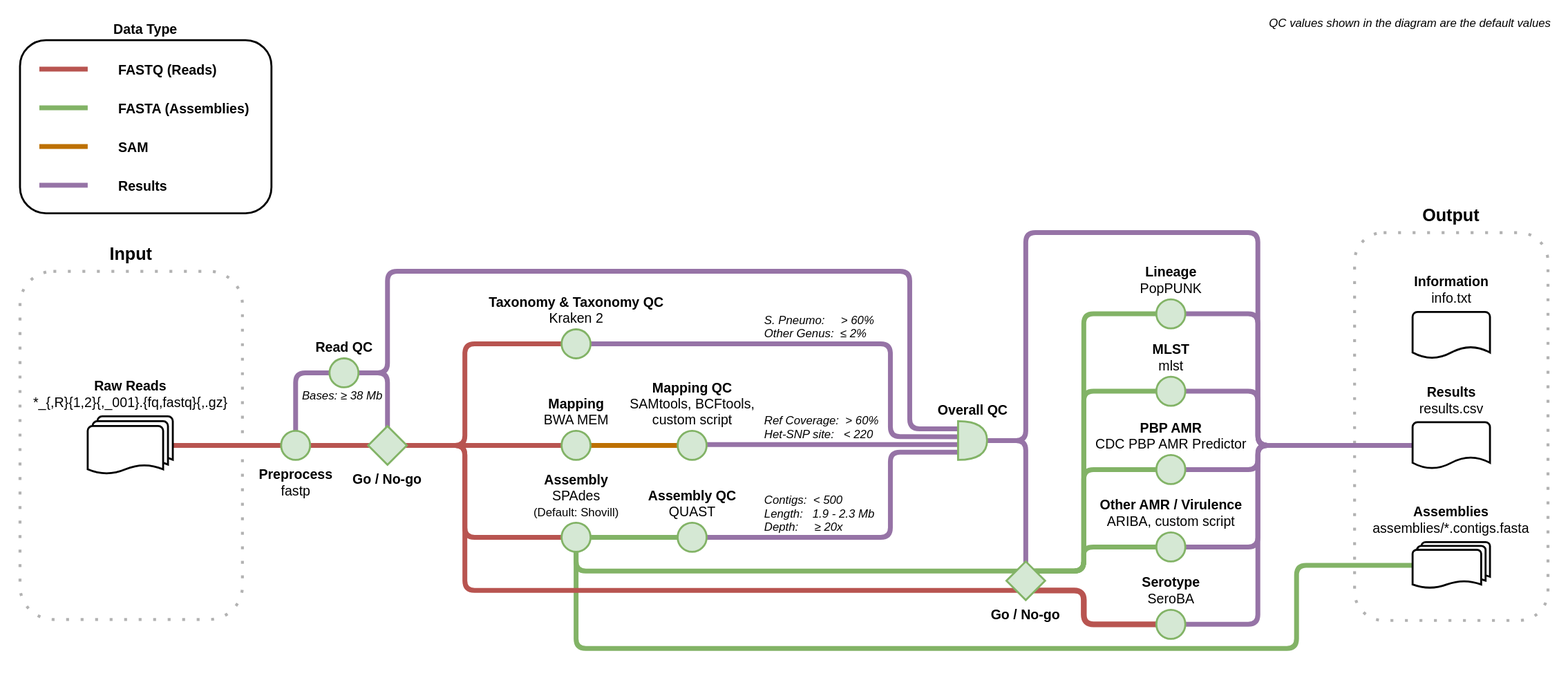
Earlier version of the draw.io export doc/workflow.drawio.svg (sanger-bentley-group/gps-pipeline). Source tidied: cells renumbered, new cells last; positions are measured from the earlier drawing's top-left corner, leaving out a move shared by most shapes.
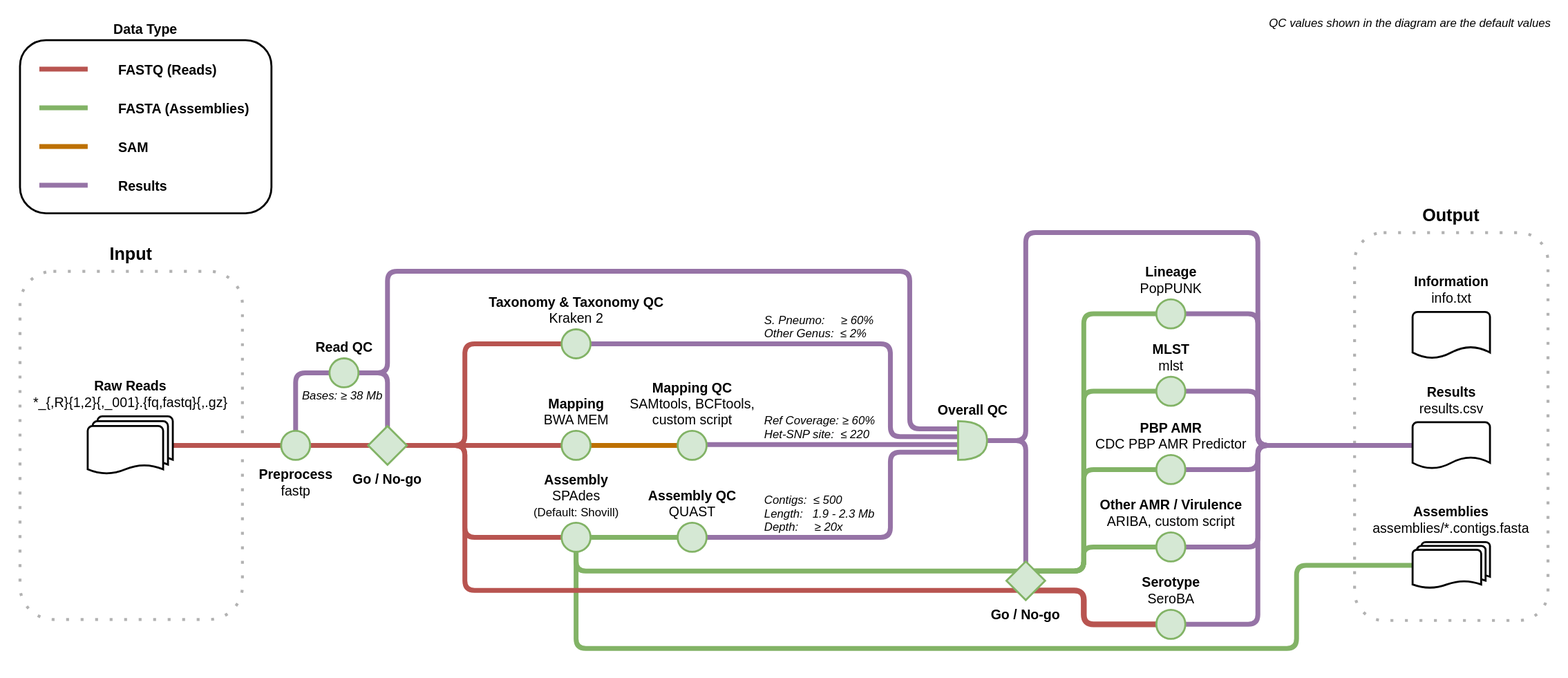
The same file after the commit.

Commit message:
Reflect changes in relational operators

Change to the diagram source:
```diff
@@ -65,7 +65,7 @@
         </Array>
       </mxGeometry>
     </mxCell>
-    <mxCell id="16" value="S. Pneumo:     &gt; 60%&#10;Other Genus:  ≤ 2%" style="edgeLabel;align=left;verticalAlign=top;labelBackgroundColor=none;rounded=1;fontSize=12;fontStyle=2;" parent="15" vertex="1">
+    <mxCell id="16" value="S. Pneumo:     ≥ 60%&#10;Other Genus:  ≤ 2%" style="edgeLabel;align=left;verticalAlign=top;labelBackgroundColor=none;rounded=1;fontSize=12;fontStyle=2;" parent="15" vertex="1">
       <mxGeometry x="-0.06" y="-2" relative="1" as="geometry">
         <mxPoint x="-45" y="-40" as="offset" />
       </mxGeometry>
@@ -78,7 +78,7 @@
         </Array>
       </mxGeometry>
     </mxCell>
-    <mxCell id="18" value="Contigs:  &lt; 500&#10;Length:   1.9 - 2.3 Mb&#10;Depth:     ≥ 20x" style="edgeLabel;align=left;verticalAlign=top;labelBackgroundColor=none;rounded=1;fontSize=12;fontStyle=2;" parent="17" vertex="1">
+    <mxCell id="18" value="Contigs:  ≤ 500&#10;Length:   1.9 - 2.3 Mb&#10;Depth:     ≥ 20x" style="edgeLabel;align=left;verticalAlign=top;labelBackgroundColor=none;rounded=1;fontSize=12;fontStyle=2;" parent="17" vertex="1">
       <mxGeometry x="-0.15" y="-1" relative="1" as="geometry">
         <mxPoint x="-90" y="-53" as="offset" />
       </mxGeometry>
@@ -112,7 +112,7 @@
         </Array>
       </mxGeometry>
     </mxCell>
-    <mxCell id="24" value="Ref Coverage:  &gt; 60%&#10;Het-SNP site:   &lt; 220" style="edgeLabel;align=left;verticalAlign=top;labelBackgroundColor=none;rounded=1;fontSize=12;fontStyle=2;" parent="23" vertex="1">
+    <mxCell id="24" value="Ref Coverage: ≥ 60%&#10;Het-SNP site:  ≤ 220" style="edgeLabel;align=left;verticalAlign=top;labelBackgroundColor=none;rounded=1;fontSize=12;fontStyle=2;" parent="23" vertex="1">
       <mxGeometry x="-0.18" y="-3" relative="1" as="geometry">
         <mxPoint x="-40" y="-41" as="offset" />
       </mxGeometry>
```
